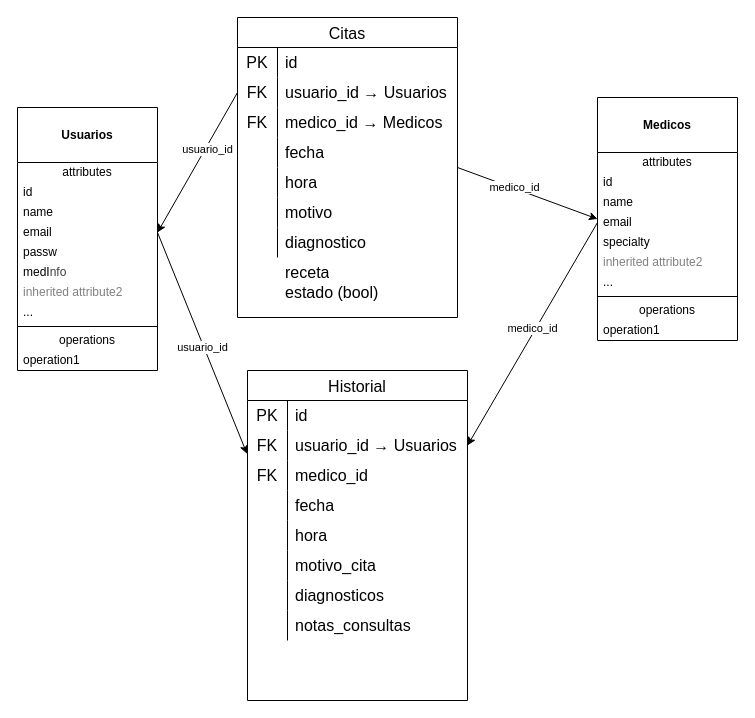
Above: med-manage.drawio in Esen-Q1-2026-Arquitectura-Software/py-med-management-app (draw.io), before the change. Source tidied: cells renumbered, new cells numbered last; positions are measured from the earlier drawing's top-left corner, leaving out a move shared by most shapes. Both pictures are drawn from the tidied source at 100%, with x=0, y=0 at pixel (17, 17).
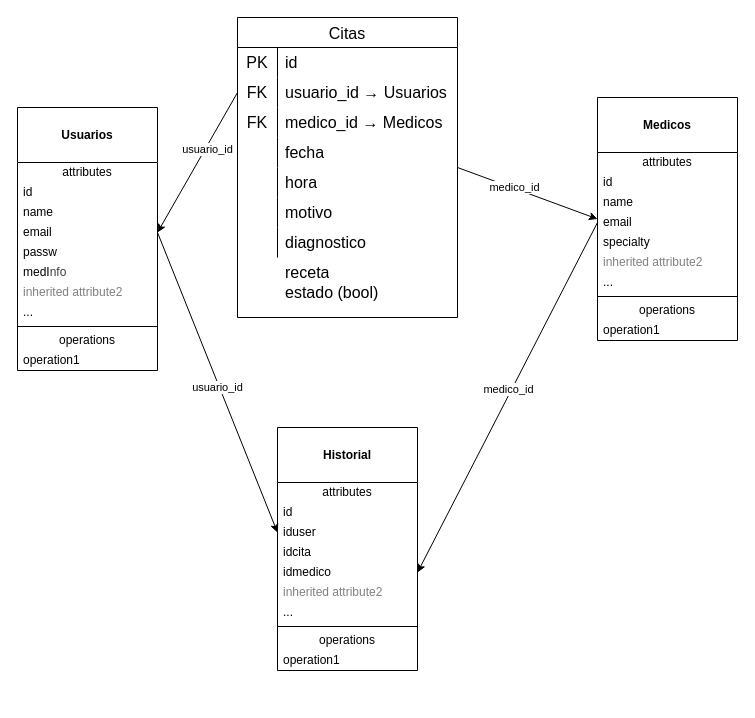
The same diagram, later.

Unchanged cells that the change refers to:
```xml
<mxCell id="32" value="email" style="text;html=1;strokeColor=none;fillColor=none;align=left;verticalAlign=middle;spacingLeft=4;spacingRight=4;overflow=hidden;points=[[0,0.5],[1,0.5]];portConstraint=eastwest;whiteSpace=wrap;" parent="28" vertex="1">
  <mxGeometry y="115" width="140" height="20" as="geometry" />
</mxCell>
<mxCell id="44" value="email" style="text;html=1;strokeColor=none;fillColor=none;align=left;verticalAlign=middle;spacingLeft=4;spacingRight=4;overflow=hidden;points=[[0,0.5],[1,0.5]];portConstraint=eastwest;whiteSpace=wrap;" parent="40" vertex="1">
  <mxGeometry y="115" width="140" height="20" as="geometry" />
</mxCell>
```

The edit, as a diff of the source:
```diff
@@
-    <mxCell id="53" value="Historial" style="shape=table;startSize=30;childLayout=tableLayout;rowLines=0;fontStyle=0;strokeColor=default;fontSize=16;" parent="1" vertex="1">
-      <mxGeometry x="230" y="353" width="220" height="330" as="geometry" />
-    </mxCell>
-    <mxCell id="54" style="shape=tableRow;horizontal=0;startSize=0;swimlaneHead=0;swimlaneBody=0;top=0;left=0;bottom=0;right=0;fillColor=none;strokeColor=inherit;fontSize=16;" parent="53" vertex="1">
-      <mxGeometry y="30" width="220" height="30" as="geometry" />
-    </mxCell>
-    <mxCell id="55" value="PK" style="shape=partialRectangle;html=1;whiteSpace=wrap;fillColor=none;top=0;left=0;bottom=0;right=0;overflow=hidden;strokeColor=inherit;fontSize=16;" parent="54" vertex="1">
-      <mxGeometry width="40" height="30" as="geometry" />
-    </mxCell>
-    <mxCell id="56" value="id" style="shape=partialRectangle;html=1;whiteSpace=wrap;fillColor=none;top=0;left=0;bottom=0;right=0;align=left;spacingLeft=6;overflow=hidden;strokeColor=inherit;fontSize=16;" parent="54" vertex="1">
-      <mxGeometry x="40" width="180" height="30" as="geometry" />
-    </mxCell>
-    <mxCell id="57" style="shape=tableRow;horizontal=0;startSize=0;swimlaneHead=0;swimlaneBody=0;top=0;left=0;bottom=0;right=0;fillColor=none;points=[[0,0.5],[1,0.5]];portConstraint=eastwest;strokeColor=inherit;fontSize=16;" parent="53" vertex="1">
-      <mxGeometry y="60" width="220" height="30" as="geometry" />
-    </mxCell>
-    <mxCell id="58" value="FK" style="shape=partialRectangle;html=1;whiteSpace=wrap;fillColor=none;top=0;left=0;bottom=0;right=0;overflow=hidden;strokeColor=inherit;fontSize=16;" parent="57" vertex="1">
-      <mxGeometry width="40" height="30" as="geometry" />
-    </mxCell>
-    <mxCell id="59" value="usuario_id → Usuarios" style="shape=partialRectangle;html=1;whiteSpace=wrap;fillColor=none;top=0;left=0;bottom=0;right=0;align=left;spacingLeft=6;overflow=hidden;strokeColor=inherit;fontSize=16;" parent="57" vertex="1">
-      <mxGeometry x="40" width="180" height="30" as="geometry" />
-    </mxCell>
-    <mxCell id="60" style="shape=tableRow;horizontal=0;startSize=0;swimlaneHead=0;swimlaneBody=0;top=0;left=0;bottom=0;right=0;fillColor=none;strokeColor=inherit;fontSize=16;" parent="53" vertex="1">
-      <mxGeometry y="90" width="220" height="30" as="geometry" />
-    </mxCell>
-    <mxCell id="61" value="FK" style="shape=partialRectangle;html=1;whiteSpace=wrap;fillColor=none;top=0;left=0;bottom=0;right=0;overflow=hidden;strokeColor=inherit;fontSize=16;" parent="60" vertex="1">
-      <mxGeometry width="40" height="30" as="geometry" />
-    </mxCell>
-    <mxCell id="62" value="medico_id" style="shape=partialRectangle;html=1;whiteSpace=wrap;fillColor=none;top=0;left=0;bottom=0;right=0;align=left;spacingLeft=6;overflow=hidden;strokeColor=inherit;fontSize=16;" parent="60" vertex="1">
-      <mxGeometry x="40" width="180" height="30" as="geometry" />
-    </mxCell>
-    <mxCell id="63" style="shape=tableRow;horizontal=0;startSize=0;swimlaneHead=0;swimlaneBody=0;top=0;left=0;bottom=0;right=0;fillColor=none;strokeColor=inherit;fontSize=16;" parent="53" vertex="1">
-      <mxGeometry y="120" width="220" height="30" as="geometry" />
-    </mxCell>
-    <mxCell id="64" style="shape=partialRectangle;html=1;whiteSpace=wrap;fillColor=none;top=0;left=0;bottom=0;right=0;overflow=hidden;strokeColor=inherit;fontSize=16;" parent="63" vertex="1">
-      <mxGeometry width="40" height="30" as="geometry" />
-    </mxCell>
-    <mxCell id="65" value="fecha" style="shape=partialRectangle;html=1;whiteSpace=wrap;fillColor=none;top=0;left=0;bottom=0;right=0;align=left;spacingLeft=6;overflow=hidden;strokeColor=inherit;fontSize=16;" parent="63" vertex="1">
-      <mxGeometry x="40" width="180" height="30" as="geometry" />
-    </mxCell>
-    <mxCell id="66" style="shape=tableRow;horizontal=0;startSize=0;swimlaneHead=0;swimlaneBody=0;top=0;left=0;bottom=0;right=0;fillColor=none;strokeColor=inherit;fontSize=16;" parent="53" vertex="1">
-      <mxGeometry y="150" width="220" height="30" as="geometry" />
-    </mxCell>
-    <mxCell id="67" style="shape=partialRectangle;html=1;whiteSpace=wrap;fillColor=none;top=0;left=0;bottom=0;right=0;overflow=hidden;strokeColor=inherit;fontSize=16;" parent="66" vertex="1">
-      <mxGeometry width="40" height="30" as="geometry" />
-    </mxCell>
-    <mxCell id="68" value="hora" style="shape=partialRectangle;html=1;whiteSpace=wrap;fillColor=none;top=0;left=0;bottom=0;right=0;align=left;spacingLeft=6;overflow=hidden;strokeColor=inherit;fontSize=16;" parent="66" vertex="1">
-      <mxGeometry x="40" width="180" height="30" as="geometry" />
-    </mxCell>
-    <mxCell id="69" style="shape=tableRow;horizontal=0;startSize=0;swimlaneHead=0;swimlaneBody=0;top=0;left=0;bottom=0;right=0;fillColor=none;strokeColor=inherit;fontSize=16;" parent="53" vertex="1">
-      <mxGeometry y="180" width="220" height="30" as="geometry" />
-    </mxCell>
-    <mxCell id="70" style="shape=partialRectangle;html=1;whiteSpace=wrap;fillColor=none;top=0;left=0;bottom=0;right=0;overflow=hidden;strokeColor=inherit;fontSize=16;" parent="69" vertex="1">
-      <mxGeometry width="40" height="30" as="geometry" />
-    </mxCell>
-    <mxCell id="71" value="motivo_cita" style="shape=partialRectangle;html=1;whiteSpace=wrap;fillColor=none;top=0;left=0;bottom=0;right=0;align=left;spacingLeft=6;overflow=hidden;strokeColor=inherit;fontSize=16;" parent="69" vertex="1">
-      <mxGeometry x="40" width="180" height="30" as="geometry" />
-    </mxCell>
-    <mxCell id="72" style="shape=tableRow;horizontal=0;startSize=0;swimlaneHead=0;swimlaneBody=0;top=0;left=0;bottom=0;right=0;fillColor=none;strokeColor=inherit;fontSize=16;" parent="53" vertex="1">
-      <mxGeometry y="210" width="220" height="30" as="geometry" />
-    </mxCell>
-    <mxCell id="73" style="shape=partialRectangle;html=1;whiteSpace=wrap;fillColor=none;top=0;left=0;bottom=0;right=0;overflow=hidden;strokeColor=inherit;fontSize=16;" parent="72" vertex="1">
-      <mxGeometry width="40" height="30" as="geometry" />
-    </mxCell>
-    <mxCell id="74" value="diagnosticos" style="shape=partialRectangle;html=1;whiteSpace=wrap;fillColor=none;top=0;left=0;bottom=0;right=0;align=left;spacingLeft=6;overflow=hidden;strokeColor=inherit;fontSize=16;" parent="72" vertex="1">
-      <mxGeometry x="40" width="180" height="30" as="geometry" />
-    </mxCell>
-    <mxCell id="75" style="shape=tableRow;horizontal=0;startSize=0;swimlaneHead=0;swimlaneBody=0;top=0;left=0;bottom=0;right=0;fillColor=none;strokeColor=inherit;fontSize=16;" parent="53" vertex="1">
-      <mxGeometry y="240" width="220" height="30" as="geometry" />
-    </mxCell>
-    <mxCell id="76" style="shape=partialRectangle;html=1;whiteSpace=wrap;fillColor=none;top=0;left=0;bottom=0;right=0;overflow=hidden;strokeColor=inherit;fontSize=16;" parent="75" vertex="1">
-      <mxGeometry width="40" height="30" as="geometry" />
-    </mxCell>
-    <mxCell id="77" value="notas_consultas" style="shape=partialRectangle;html=1;whiteSpace=wrap;fillColor=none;top=0;left=0;bottom=0;right=0;align=left;spacingLeft=6;overflow=hidden;strokeColor=inherit;fontSize=16;" parent="75" vertex="1">
-      <mxGeometry x="40" width="180" height="30" as="geometry" />
-    </mxCell>
-    <mxCell id="78" style="edgeStyle=none;html=1;exitX=1;exitY=0.5;exitDx=0;exitDy=0;entryX=-0.002;entryY=0.78;entryDx=0;entryDy=0;entryPerimeter=0;" parent="1" edge="1" source="32" target="57">
+    <mxCell id="78" style="edgeStyle=none;html=1;exitX=1;exitY=0.5;exitDx=0;exitDy=0;entryX=0;entryY=0.5;entryDx=0;entryDy=0;" parent="1" edge="1" source="32" target="83">
       <mxGeometry relative="1" as="geometry" />
     </mxCell>
@@
-    <mxCell id="80" style="edgeStyle=none;html=1;exitX=0;exitY=0.5;exitDx=0;exitDy=0;entryX=1;entryY=0.5;entryDx=0;entryDy=0;" parent="1" edge="1" source="44" target="57">
+    <mxCell id="80" style="edgeStyle=none;html=1;exitX=0;exitY=0.5;exitDx=0;exitDy=0;entryX=1;entryY=0.5;entryDx=0;entryDy=0;" parent="1" edge="1" source="44" target="85">
       <mxGeometry relative="1" as="geometry" />
     </mxCell>
@@
+    <mxCell id="53" value="&lt;br&gt;&lt;b&gt;Historial&lt;/b&gt;" style="swimlane;fontStyle=0;align=center;verticalAlign=top;horizontal=1;startSize=55;html=1;whiteSpace=wrap;" parent="1" vertex="1">
+      <mxGeometry x="260" y="410" width="140" height="243" as="geometry" />
+    </mxCell>
+    <mxCell id="82" value="attributes" style="text;html=1;strokeColor=none;fillColor=none;align=center;verticalAlign=middle;spacingLeft=4;spacingRight=4;overflow=hidden;whiteSpace=wrap;" parent="53" vertex="1">
+      <mxGeometry y="55" width="140" height="20" as="geometry" />
+    </mxCell>
+    <mxCell id="56" value="id" style="text;html=1;strokeColor=none;fillColor=none;align=left;verticalAlign=middle;spacingLeft=4;spacingRight=4;overflow=hidden;whiteSpace=wrap;" parent="53" vertex="1">
+      <mxGeometry y="75" width="140" height="20" as="geometry" />
+    </mxCell>
+    <mxCell id="83" value="iduser" style="text;html=1;strokeColor=none;fillColor=none;align=left;verticalAlign=middle;spacingLeft=4;spacingRight=4;overflow=hidden;points=[[0,0.5],[1,0.5]];portConstraint=eastwest;whiteSpace=wrap;" parent="53" vertex="1">
+      <mxGeometry y="95" width="140" height="20" as="geometry" />
+    </mxCell>
+    <mxCell id="84" value="idcita" style="text;html=1;strokeColor=none;fillColor=none;align=left;verticalAlign=middle;spacingLeft=4;spacingRight=4;overflow=hidden;whiteSpace=wrap;" parent="53" vertex="1">
+      <mxGeometry y="115" width="140" height="20" as="geometry" />
+    </mxCell>
+    <mxCell id="85" value="idmedico" style="text;html=1;strokeColor=none;fillColor=none;align=left;verticalAlign=middle;spacingLeft=4;spacingRight=4;overflow=hidden;points=[[0,0.5],[1,0.5]];portConstraint=eastwest;whiteSpace=wrap;" parent="53" vertex="1">
+      <mxGeometry y="135" width="140" height="20" as="geometry" />
+    </mxCell>
+    <mxCell id="86" value="inherited attribute2" style="text;html=1;strokeColor=none;fillColor=none;align=left;verticalAlign=middle;spacingLeft=4;spacingRight=4;overflow=hidden;fontColor=#808080;whiteSpace=wrap;" parent="53" vertex="1">
+      <mxGeometry y="155" width="140" height="20" as="geometry" />
+    </mxCell>
+    <mxCell id="87" value="..." style="text;html=1;strokeColor=none;fillColor=none;align=left;verticalAlign=middle;spacingLeft=4;spacingRight=4;overflow=hidden;whiteSpace=wrap;" parent="53" vertex="1">
+      <mxGeometry y="175" width="140" height="20" as="geometry" />
+    </mxCell>
+    <mxCell id="88" style="line;strokeWidth=1;fillColor=none;align=left;verticalAlign=middle;spacingTop=-1;spacingLeft=3;spacingRight=3;labelPosition=right;" parent="53" vertex="1">
+      <mxGeometry y="195" width="140" height="8" as="geometry" />
+    </mxCell>
+    <mxCell id="89" value="operations" style="text;html=1;strokeColor=none;fillColor=none;align=center;verticalAlign=middle;spacingLeft=4;spacingRight=4;overflow=hidden;whiteSpace=wrap;" parent="53" vertex="1">
+      <mxGeometry y="203" width="140" height="20" as="geometry" />
+    </mxCell>
+    <mxCell id="90" value="operation1" style="text;html=1;strokeColor=none;fillColor=none;align=left;verticalAlign=middle;spacingLeft=4;spacingRight=4;overflow=hidden;whiteSpace=wrap;" parent="53" vertex="1">
+      <mxGeometry y="223" width="140" height="20" as="geometry" />
+    </mxCell>
```
